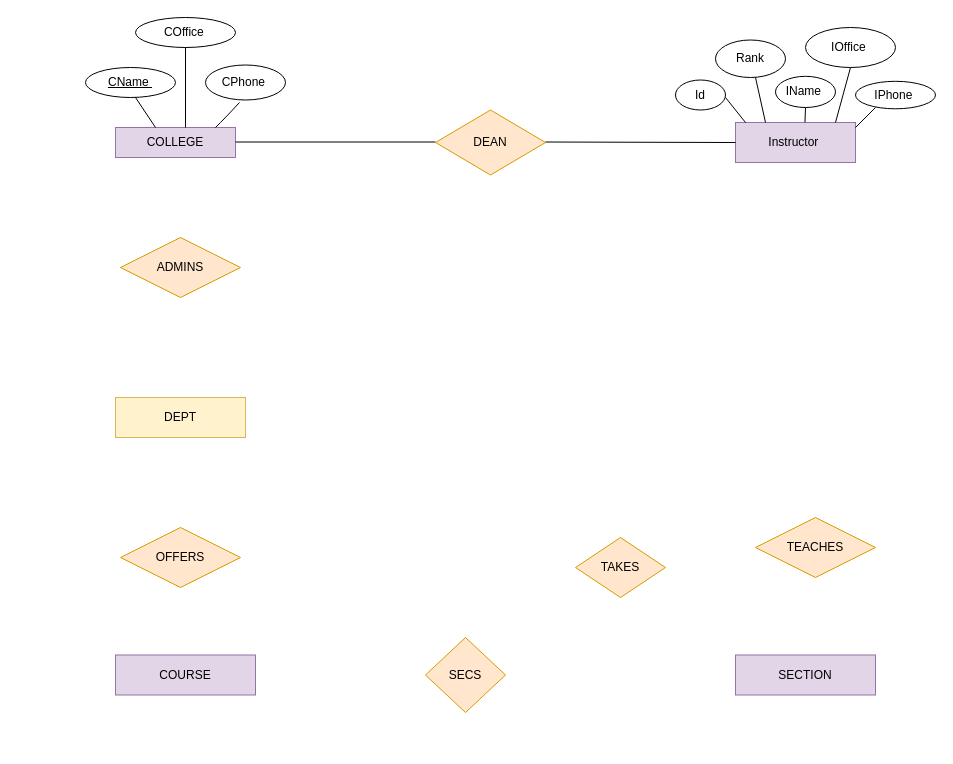
Above: Untitled Diagram.drawio in Nick0422/portfolio (draw.io), before the change. Source tidied: cells renumbered, new cells numbered last; positions are measured from the earlier drawing's top-left corner, leaving out a move shared by most shapes. Both pictures are drawn from the tidied source at 100%, with x=0, y=0 at pixel (85, 17).
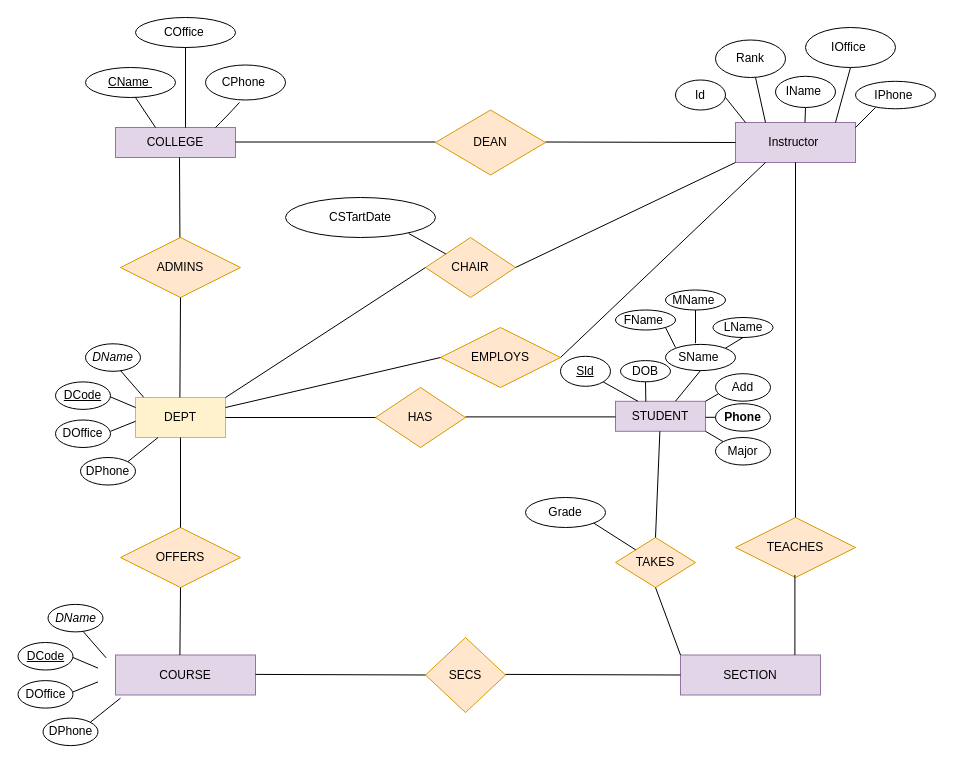
The same diagram, later.

Unchanged cells that the change refers to:
```xml
<mxCell id="12" value="Instructor&amp;nbsp;" style="rounded=0;whiteSpace=wrap;html=1;fillColor=#e1d5e7;strokeColor=#9673a6;" parent="1" vertex="1">
  <mxGeometry x="650" y="105" width="120" height="40" as="geometry" />
</mxCell>
<mxCell id="24" value="ADMINS" style="shape=rhombus;perimeter=rhombusPerimeter;whiteSpace=wrap;html=1;align=center;fillColor=#ffe6cc;strokeColor=#d79b00;" parent="1" vertex="1">
  <mxGeometry x="35" y="220" width="120" height="60" as="geometry" />
</mxCell>
<mxCell id="26" value="OFFERS" style="shape=rhombus;perimeter=rhombusPerimeter;whiteSpace=wrap;html=1;align=center;fillColor=#ffe6cc;strokeColor=#d79b00;" parent="1" vertex="1">
  <mxGeometry x="35" y="510" width="120" height="60" as="geometry" />
</mxCell>
<mxCell id="28" value="SECS" style="rhombus;whiteSpace=wrap;html=1;rotation=0;fillColor=#ffe6cc;strokeColor=#d79b00;" parent="1" vertex="1">
  <mxGeometry x="340" y="620" width="80" height="75" as="geometry" />
</mxCell>
```

Diff of the diagram source:
```diff
@@
     <mxCell id="25" value="TEACHES" style="shape=rhombus;perimeter=rhombusPerimeter;whiteSpace=wrap;html=1;align=center;fillColor=#ffe6cc;strokeColor=#d79b00;" parent="1" vertex="1">
-      <mxGeometry x="670" y="500" width="120" height="60" as="geometry" />
+      <mxGeometry x="650" y="500" width="120" height="60" as="geometry" />
     </mxCell>
@@
     <mxCell id="27" value="DEPT" style="rounded=0;whiteSpace=wrap;html=1;fillColor=#fff2cc;strokeColor=#d6b656;" parent="1" vertex="1">
-      <mxGeometry x="30" y="380" width="130" height="40" as="geometry" />
+      <mxGeometry x="50" y="380" width="90" height="40" as="geometry" />
     </mxCell>
@@
     <mxCell id="30" value="SECTION" style="rounded=0;whiteSpace=wrap;html=1;fillColor=#e1d5e7;strokeColor=#9673a6;" parent="1" vertex="1">
-      <mxGeometry x="650" y="637.5" width="140" height="40" as="geometry" />
+      <mxGeometry x="595" y="637.5" width="140" height="40" as="geometry" />
     </mxCell>
     <mxCell id="31" value="TAKES" style="rhombus;whiteSpace=wrap;html=1;fillColor=#ffe6cc;strokeColor=#d79b00;" parent="1" vertex="1">
-      <mxGeometry x="490" y="520" width="90" height="60" as="geometry" />
+      <mxGeometry x="530" y="520" width="80" height="50" as="geometry" />
     </mxCell>
+    <mxCell id="32" value="HAS" style="rhombus;whiteSpace=wrap;html=1;fillColor=#ffe6cc;strokeColor=#d79b00;" parent="1" vertex="1">
+      <mxGeometry x="290" y="370" width="90" height="60" as="geometry" />
+    </mxCell>
+    <mxCell id="33" value="STUDENT" style="rounded=0;whiteSpace=wrap;html=1;fillColor=#e1d5e7;strokeColor=#9673a6;" parent="1" vertex="1">
+      <mxGeometry x="530" y="383.8" width="90" height="30" as="geometry" />
+    </mxCell>
+    <mxCell id="34" value="EMPLOYS" style="shape=rhombus;perimeter=rhombusPerimeter;whiteSpace=wrap;html=1;align=center;fillColor=#ffe6cc;strokeColor=#d79b00;" parent="1" vertex="1">
+      <mxGeometry x="355" y="310" width="120" height="60" as="geometry" />
+    </mxCell>
+    <mxCell id="35" value="CHAIR" style="rhombus;whiteSpace=wrap;html=1;fillColor=#ffe6cc;strokeColor=#d79b00;" parent="1" vertex="1">
+      <mxGeometry x="340" y="220" width="90" height="60" as="geometry" />
+    </mxCell>
+    <mxCell id="36" value="CSTartDate" style="ellipse;whiteSpace=wrap;html=1;" parent="1" vertex="1">
+      <mxGeometry x="200" y="180" width="150" height="40" as="geometry" />
+    </mxCell>
+    <mxCell id="37" style="endArrow=none;html=1;entryX=0.821;entryY=0.9;entryDx=0;entryDy=0;entryPerimeter=0;" parent="1" edge="1" source="35" target="36">
+      <mxGeometry relative="1" as="geometry" />
+    </mxCell>
+    <mxCell id="38" style="endArrow=none;html=1;entryX=0.5;entryY=1;entryDx=0;entryDy=0;exitX=0.5;exitY=0;exitDx=0;exitDy=0;" parent="1" edge="1" source="25" target="12">
+      <mxGeometry relative="1" as="geometry" />
+    </mxCell>
+    <mxCell id="39" style="endArrow=none;html=1;" parent="1" edge="1">
+      <mxGeometry relative="1" as="geometry">
+        <mxPoint x="709.4" y="637.5" as="sourcePoint" />
+        <mxPoint x="709.4" y="557.5" as="targetPoint" />
+      </mxGeometry>
+    </mxCell>
+    <mxCell id="40" style="endArrow=none;html=1;entryX=0;entryY=0;entryDx=0;entryDy=0;" parent="1" edge="1" target="30">
+      <mxGeometry relative="1" as="geometry">
+        <mxPoint x="570" y="570" as="sourcePoint" />
+      </mxGeometry>
+    </mxCell>
+    <mxCell id="41" value="Grade" style="ellipse;whiteSpace=wrap;html=1;" parent="1" vertex="1">
+      <mxGeometry x="440" y="480" width="80" height="30" as="geometry" />
+    </mxCell>
+    <mxCell id="42" style="endArrow=none;html=1;exitX=1;exitY=1;exitDx=0;exitDy=0;" parent="1" edge="1" source="41" target="31">
+      <mxGeometry relative="1" as="geometry" />
+    </mxCell>
+    <mxCell id="43" style="endArrow=none;html=1;entryX=0;entryY=0.5;entryDx=0;entryDy=0;" parent="1" edge="1" target="28">
+      <mxGeometry relative="1" as="geometry">
+        <mxPoint x="170" y="656.9" as="sourcePoint" />
+      </mxGeometry>
+    </mxCell>
+    <mxCell id="44" style="endArrow=none;html=1;entryX=0;entryY=0.5;entryDx=0;entryDy=0;" parent="1" edge="1" target="30">
+      <mxGeometry relative="1" as="geometry">
+        <mxPoint x="420" y="656.9" as="sourcePoint" />
+      </mxGeometry>
+    </mxCell>
+    <mxCell id="45" style="endArrow=none;html=1;entryX=0.5;entryY=1;entryDx=0;entryDy=0;exitX=0.5;exitY=0;exitDx=0;exitDy=0;" parent="1" edge="1" source="26" target="27">
+      <mxGeometry relative="1" as="geometry" />
+    </mxCell>
+    <mxCell id="46" style="endArrow=none;html=1;entryX=0.5;entryY=1;entryDx=0;entryDy=0;" parent="1" edge="1" target="26">
+      <mxGeometry relative="1" as="geometry">
+        <mxPoint x="94.4" y="637.5" as="sourcePoint" />
+      </mxGeometry>
+    </mxCell>
+    <mxCell id="47" style="endArrow=none;html=1;entryX=0.5;entryY=1;entryDx=0;entryDy=0;exitX=0.5;exitY=0;exitDx=0;exitDy=0;" parent="1" edge="1" target="24">
+      <mxGeometry relative="1" as="geometry">
+        <mxPoint x="94.4" y="380" as="sourcePoint" />
+      </mxGeometry>
+    </mxCell>
+    <mxCell id="48" style="endArrow=none;html=1;exitX=0.5;exitY=0;exitDx=0;exitDy=0;" parent="1" edge="1">
+      <mxGeometry relative="1" as="geometry">
+        <mxPoint x="94.4" y="220" as="sourcePoint" />
+        <mxPoint x="94" y="140" as="targetPoint" />
+      </mxGeometry>
+    </mxCell>
+    <mxCell id="49" style="endArrow=none;html=1;entryX=0;entryY=0.5;entryDx=0;entryDy=0;" parent="1" edge="1" target="35">
+      <mxGeometry relative="1" as="geometry">
+        <mxPoint x="140" y="380" as="sourcePoint" />
+      </mxGeometry>
+    </mxCell>
+    <mxCell id="50" style="endArrow=none;html=1;entryX=0;entryY=0.5;entryDx=0;entryDy=0;exitX=1;exitY=0.5;exitDx=0;exitDy=0;" parent="1" edge="1" source="27" target="32">
+      <mxGeometry relative="1" as="geometry" />
+    </mxCell>
+    <mxCell id="51" style="endArrow=none;html=1;entryX=0;entryY=0.5;entryDx=0;entryDy=0;exitX=1;exitY=0.5;exitDx=0;exitDy=0;" parent="1" edge="1">
+      <mxGeometry relative="1" as="geometry">
+        <mxPoint x="380" y="399.4" as="sourcePoint" />
+        <mxPoint x="530" y="399.4" as="targetPoint" />
+      </mxGeometry>
+    </mxCell>
+    <mxCell id="52" style="endArrow=none;html=1;exitX=1;exitY=0.25;exitDx=0;exitDy=0;entryX=0;entryY=0.5;entryDx=0;entryDy=0;" parent="1" edge="1" source="27" target="34">
+      <mxGeometry relative="1" as="geometry" />
+    </mxCell>
+    <mxCell id="53" style="endArrow=none;html=1;entryX=0;entryY=1;entryDx=0;entryDy=0;" parent="1" edge="1" target="12">
+      <mxGeometry relative="1" as="geometry">
+        <mxPoint x="430" y="250" as="sourcePoint" />
+      </mxGeometry>
+    </mxCell>
+    <mxCell id="54" style="endArrow=none;html=1;entryX=0.25;entryY=1;entryDx=0;entryDy=0;exitX=1;exitY=0.5;exitDx=0;exitDy=0;" parent="1" edge="1" source="34" target="12">
+      <mxGeometry relative="1" as="geometry" />
+    </mxCell>
+    <mxCell id="55" value="Add" style="ellipse;whiteSpace=wrap;html=1;" parent="1" vertex="1">
+      <mxGeometry x="630" y="356.2" width="55" height="27.5" as="geometry" />
+    </mxCell>
+    <mxCell id="56" value="SName&amp;nbsp;" style="ellipse;whiteSpace=wrap;html=1;" parent="1" vertex="1">
+      <mxGeometry x="580" y="326.9" width="70" height="26.2" as="geometry" />
+    </mxCell>
+    <mxCell id="57" value="DOB" style="ellipse;whiteSpace=wrap;html=1;" parent="1" vertex="1">
+      <mxGeometry x="535" y="343.1" width="50" height="21.2" as="geometry" />
+    </mxCell>
+    <mxCell id="58" value="FName&amp;nbsp;" style="ellipse;whiteSpace=wrap;html=1;" parent="1" vertex="1">
+      <mxGeometry x="530" y="292.5" width="60" height="20" as="geometry" />
+    </mxCell>
+    <mxCell id="59" value="Sld" style="ellipse;whiteSpace=wrap;html=1;fontStyle=4;" parent="1" vertex="1">
+      <mxGeometry x="475" y="338.8" width="50" height="30" as="geometry" />
+    </mxCell>
+    <mxCell id="60" style="endArrow=none;html=1;entryX=0;entryY=0;entryDx=0;entryDy=0;" parent="1" edge="1" target="65">
+      <mxGeometry relative="1" as="geometry">
+        <mxPoint x="620" y="413.8" as="sourcePoint" />
+      </mxGeometry>
+    </mxCell>
+    <mxCell id="61" style="endArrow=none;html=1;entryX=1;entryY=1;entryDx=0;entryDy=0;exitX=0.25;exitY=0;exitDx=0;exitDy=0;" parent="1" edge="1" source="33" target="59">
+      <mxGeometry relative="1" as="geometry" />
+    </mxCell>
+    <mxCell id="62" value="MName&amp;nbsp;" style="ellipse;whiteSpace=wrap;html=1;" parent="1" vertex="1">
+      <mxGeometry x="580" y="272.5" width="60" height="20" as="geometry" />
+    </mxCell>
+    <mxCell id="63" value="LName" style="ellipse;whiteSpace=wrap;html=1;" parent="1" vertex="1">
+      <mxGeometry x="627.5" y="300" width="60" height="20" as="geometry" />
+    </mxCell>
+    <mxCell id="64" value="Phone" style="ellipse;whiteSpace=wrap;html=1;fontStyle=1;" parent="1" vertex="1">
+      <mxGeometry x="630" y="386.2" width="55" height="27.5" as="geometry" />
+    </mxCell>
+    <mxCell id="65" value="Major" style="ellipse;whiteSpace=wrap;html=1;" parent="1" vertex="1">
+      <mxGeometry x="630" y="420" width="55" height="27.5" as="geometry" />
+    </mxCell>
+    <mxCell id="66" style="endArrow=none;html=1;" parent="1" edge="1">
+      <mxGeometry relative="1" as="geometry">
+        <mxPoint x="620" y="383.8" as="sourcePoint" />
+        <mxPoint x="633" y="376.2" as="targetPoint" />
+      </mxGeometry>
+    </mxCell>
+    <mxCell id="67" style="endArrow=none;html=1;" parent="1" edge="1">
+      <mxGeometry relative="1" as="geometry">
+        <mxPoint x="630" y="399.8" as="sourcePoint" />
+        <mxPoint x="620" y="399.8" as="targetPoint" />
+        <Array as="points">
+          <mxPoint x="620" y="399.8" />
+        </Array>
+      </mxGeometry>
+    </mxCell>
+    <mxCell id="68" style="endArrow=none;html=1;exitX=1;exitY=0;exitDx=0;exitDy=0;entryX=0.5;entryY=1;entryDx=0;entryDy=0;" parent="1" edge="1" source="56" target="63">
+      <mxGeometry relative="1" as="geometry" />
+    </mxCell>
+    <mxCell id="69" style="endArrow=none;html=1;entryX=0.5;entryY=1;entryDx=0;entryDy=0;exitX=0.429;exitY=-0.046;exitDx=0;exitDy=0;exitPerimeter=0;" parent="1" edge="1" source="56" target="62">
+      <mxGeometry relative="1" as="geometry" />
+    </mxCell>
+    <mxCell id="70" style="endArrow=none;html=1;exitX=0.5;exitY=1;exitDx=0;exitDy=0;entryX=0.337;entryY=0.008;entryDx=0;entryDy=0;entryPerimeter=0;" parent="1" edge="1" source="57" target="33">
+      <mxGeometry relative="1" as="geometry" />
+    </mxCell>
+    <mxCell id="71" style="edgeStyle=orthogonalEdgeStyle;rounded=0;orthogonalLoop=1;jettySize=auto;html=1;exitX=0.5;exitY=1;exitDx=0;exitDy=0;" parent="1" edge="1" source="33" target="33">
+      <mxGeometry relative="1" as="geometry" />
+    </mxCell>
+    <mxCell id="72" style="endArrow=none;html=1;" parent="1" edge="1">
+      <mxGeometry relative="1" as="geometry">
+        <mxPoint x="590" y="330" as="sourcePoint" />
+        <mxPoint x="580" y="310" as="targetPoint" />
+      </mxGeometry>
+    </mxCell>
+    <mxCell id="73" style="endArrow=none;html=1;exitX=1;exitY=0;exitDx=0;exitDy=0;entryX=0.5;entryY=1;entryDx=0;entryDy=0;" parent="1" edge="1" target="56">
+      <mxGeometry relative="1" as="geometry">
+        <mxPoint x="590" y="383.7" as="sourcePoint" />
+      </mxGeometry>
+    </mxCell>
+    <mxCell id="74" style="endArrow=none;html=1;exitX=0.5;exitY=0;exitDx=0;exitDy=0;" parent="1" edge="1" source="31" target="33">
+      <mxGeometry relative="1" as="geometry" />
+    </mxCell>
+    <mxCell id="75" value="&lt;u&gt;DCode&lt;/u&gt;" style="ellipse;whiteSpace=wrap;html=1;" parent="1" vertex="1">
+      <mxGeometry x="-30" y="364.4" width="55" height="27.5" as="geometry" />
+    </mxCell>
+    <mxCell id="76" value="DOffice" style="ellipse;whiteSpace=wrap;html=1;fontStyle=0;" parent="1" vertex="1">
+      <mxGeometry x="-30" y="402.5" width="55" height="27.5" as="geometry" />
+    </mxCell>
+    <mxCell id="77" value="DPhone" style="ellipse;whiteSpace=wrap;html=1;" parent="1" vertex="1">
+      <mxGeometry x="-5" y="440" width="55" height="27.5" as="geometry" />
+    </mxCell>
+    <mxCell id="78" value="&lt;i&gt;DName&lt;/i&gt;" style="ellipse;whiteSpace=wrap;html=1;" parent="1" vertex="1">
+      <mxGeometry y="326.3" width="55" height="27.5" as="geometry" />
+    </mxCell>
+    <mxCell id="79" style="endArrow=none;html=1;entryX=0.09;entryY=-0.008;entryDx=0;entryDy=0;entryPerimeter=0;" parent="1" edge="1" target="27">
+      <mxGeometry relative="1" as="geometry">
+        <mxPoint x="35" y="353.1" as="sourcePoint" />
+      </mxGeometry>
+    </mxCell>
+    <mxCell id="80" style="endArrow=none;html=1;entryX=0;entryY=0.25;entryDx=0;entryDy=0;" parent="1" edge="1" target="27">
+      <mxGeometry relative="1" as="geometry">
+        <mxPoint x="25" y="379.4" as="sourcePoint" />
+      </mxGeometry>
+    </mxCell>
+    <mxCell id="81" style="endArrow=none;html=1;" parent="1" edge="1">
+      <mxGeometry relative="1" as="geometry">
+        <mxPoint x="25" y="413.8" as="sourcePoint" />
+        <mxPoint x="50" y="403.8" as="targetPoint" />
+      </mxGeometry>
+    </mxCell>
+    <mxCell id="82" style="endArrow=none;html=1;entryX=0.25;entryY=1;entryDx=0;entryDy=0;exitX=1;exitY=0;exitDx=0;exitDy=0;" parent="1" edge="1" source="77" target="27">
+      <mxGeometry relative="1" as="geometry" />
+    </mxCell>
+    <mxCell id="83" value="&lt;u&gt;DCode&lt;/u&gt;" style="ellipse;whiteSpace=wrap;html=1;" parent="1" vertex="1">
+      <mxGeometry x="-67.5" y="625" width="55" height="27.5" as="geometry" />
+    </mxCell>
+    <mxCell id="84" value="DOffice" style="ellipse;whiteSpace=wrap;html=1;fontStyle=0;" parent="1" vertex="1">
+      <mxGeometry x="-67.5" y="663.1" width="55" height="27.5" as="geometry" />
+    </mxCell>
+    <mxCell id="85" value="DPhone" style="ellipse;whiteSpace=wrap;html=1;" parent="1" vertex="1">
+      <mxGeometry x="-42.5" y="700.6" width="55" height="27.5" as="geometry" />
+    </mxCell>
+    <mxCell id="86" value="&lt;i&gt;DName&lt;/i&gt;" style="ellipse;whiteSpace=wrap;html=1;" parent="1" vertex="1">
+      <mxGeometry x="-37.5" y="586.9" width="55" height="27.5" as="geometry" />
+    </mxCell>
+    <mxCell id="87" style="endArrow=none;html=1;entryX=0.09;entryY=-0.008;entryDx=0;entryDy=0;entryPerimeter=0;" parent="1" edge="1">
+      <mxGeometry relative="1" as="geometry">
+        <mxPoint x="-2.5" y="613.8" as="sourcePoint" />
+        <mxPoint x="20.6" y="640.3" as="targetPoint" />
+      </mxGeometry>
+    </mxCell>
+    <mxCell id="88" style="endArrow=none;html=1;entryX=0;entryY=0.25;entryDx=0;entryDy=0;" parent="1" edge="1">
+      <mxGeometry relative="1" as="geometry">
+        <mxPoint x="-12.5" y="640" as="sourcePoint" />
+        <mxPoint x="12.5" y="650.6" as="targetPoint" />
+      </mxGeometry>
+    </mxCell>
+    <mxCell id="89" style="endArrow=none;html=1;" parent="1" edge="1">
+      <mxGeometry relative="1" as="geometry">
+        <mxPoint x="-12.5" y="674.4" as="sourcePoint" />
+        <mxPoint x="12.5" y="664.4" as="targetPoint" />
+      </mxGeometry>
+    </mxCell>
+    <mxCell id="90" style="endArrow=none;html=1;entryX=0.25;entryY=1;entryDx=0;entryDy=0;exitX=1;exitY=0;exitDx=0;exitDy=0;" parent="1" edge="1" source="85">
+      <mxGeometry relative="1" as="geometry">
+        <mxPoint x="35" y="680.6" as="targetPoint" />
+      </mxGeometry>
+    </mxCell>
```
